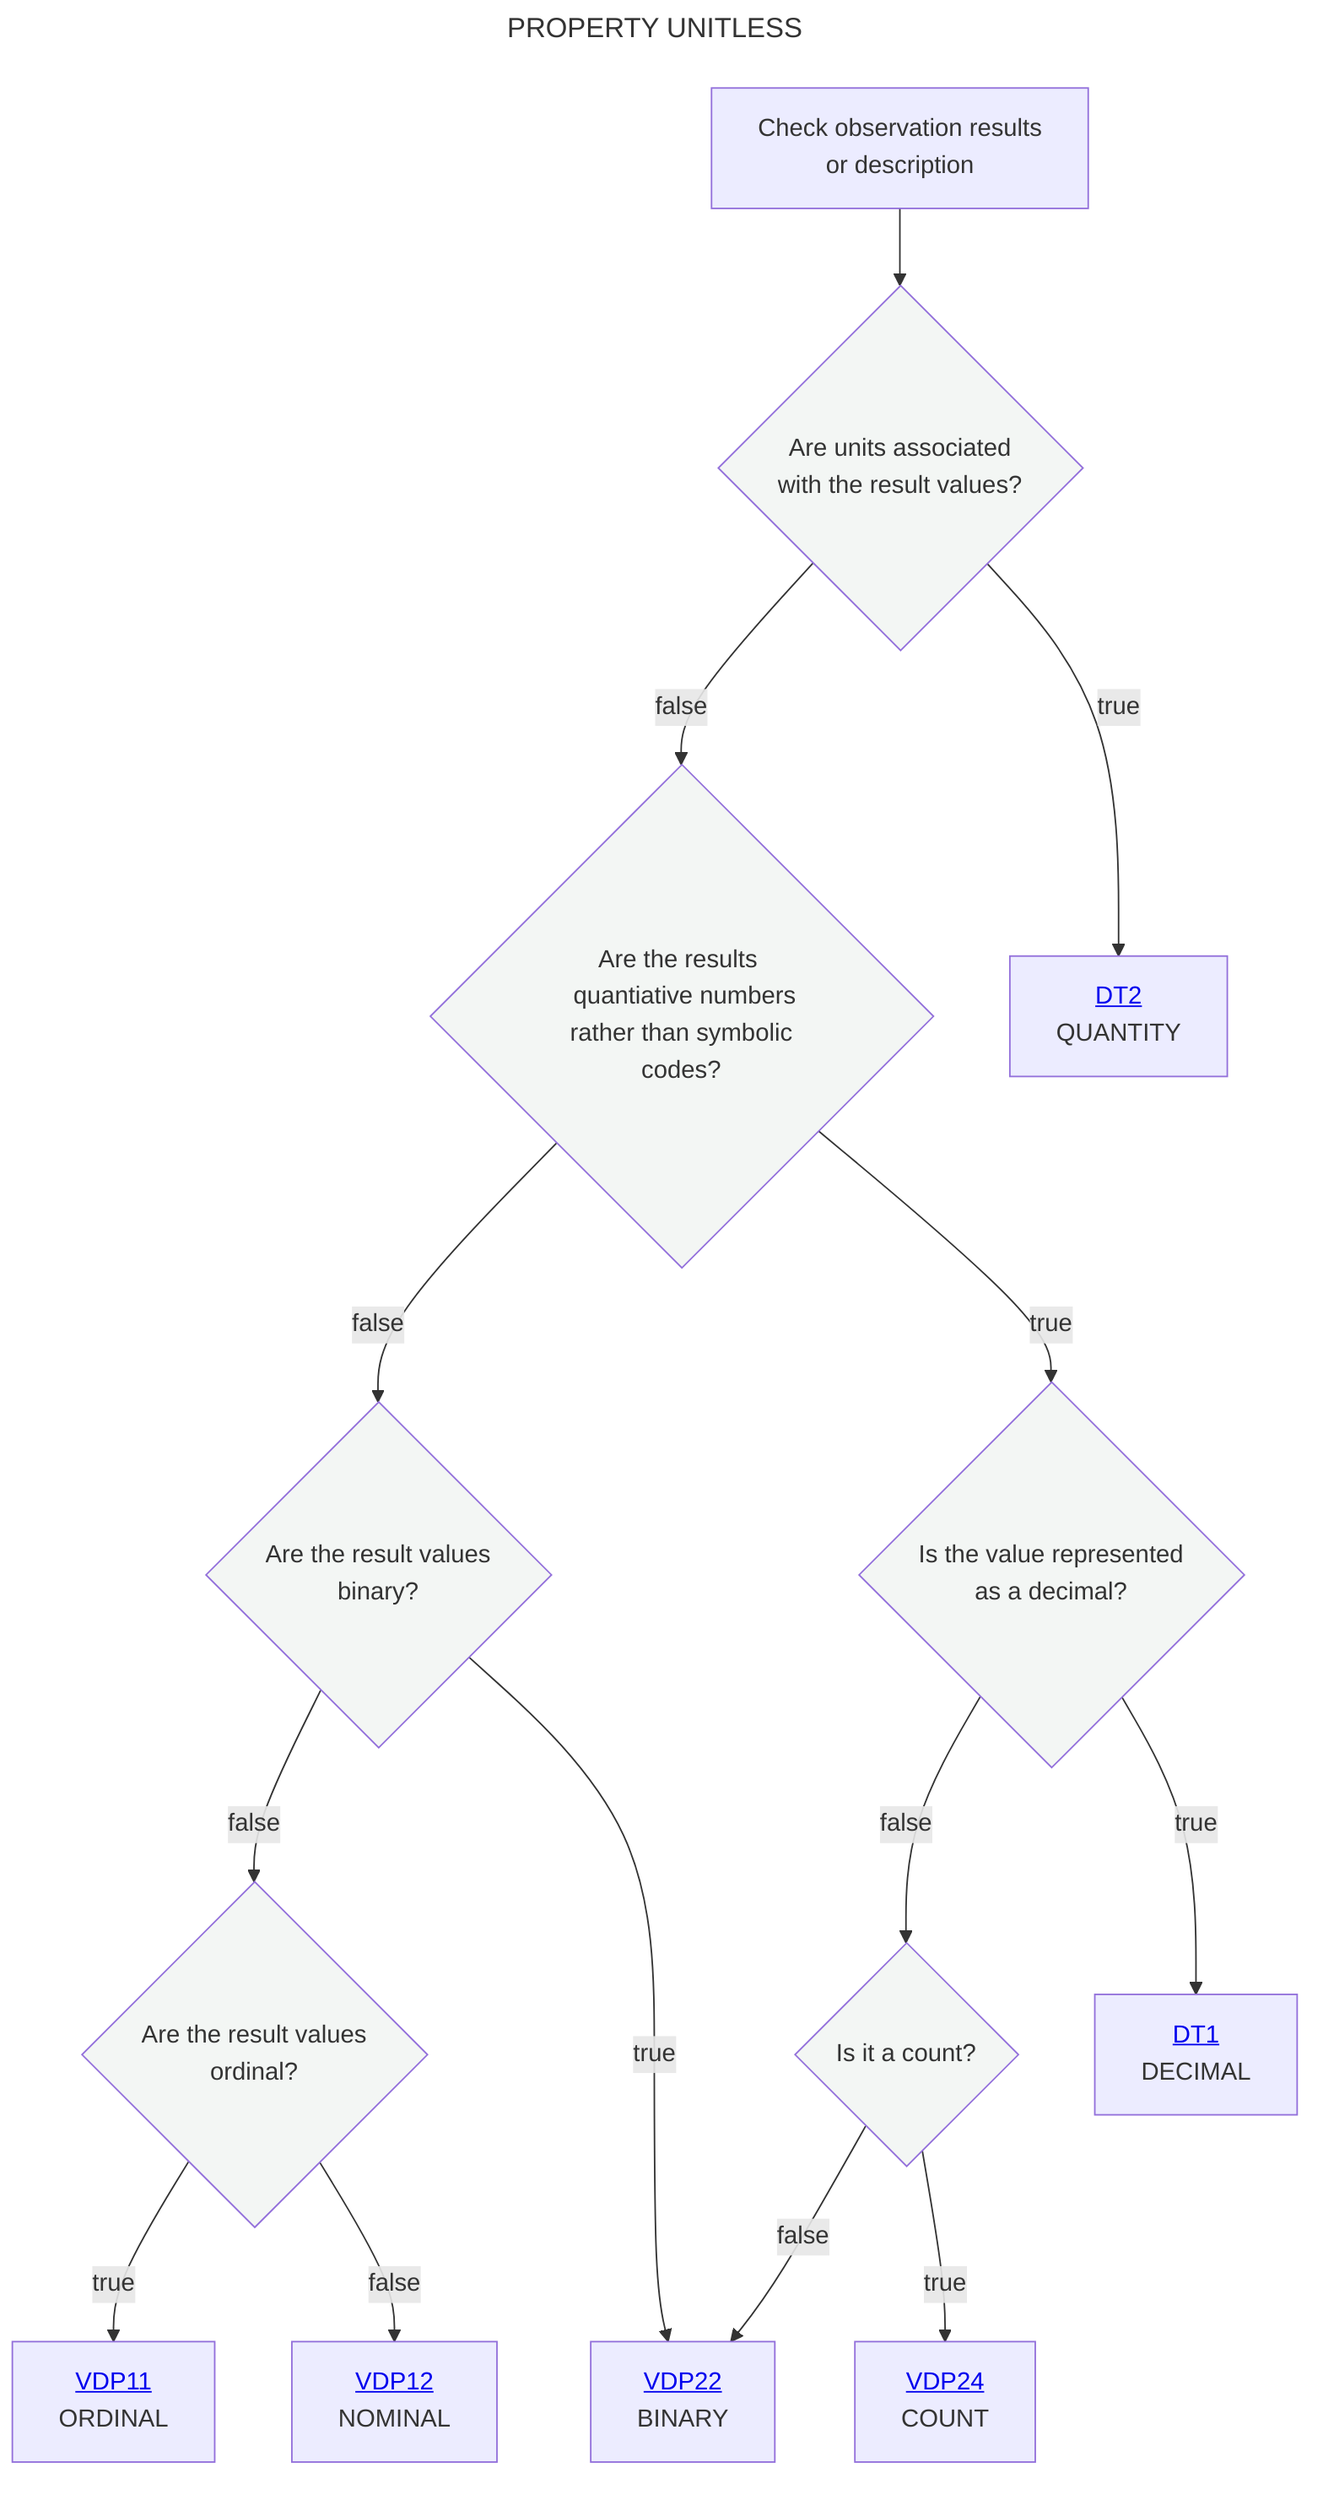
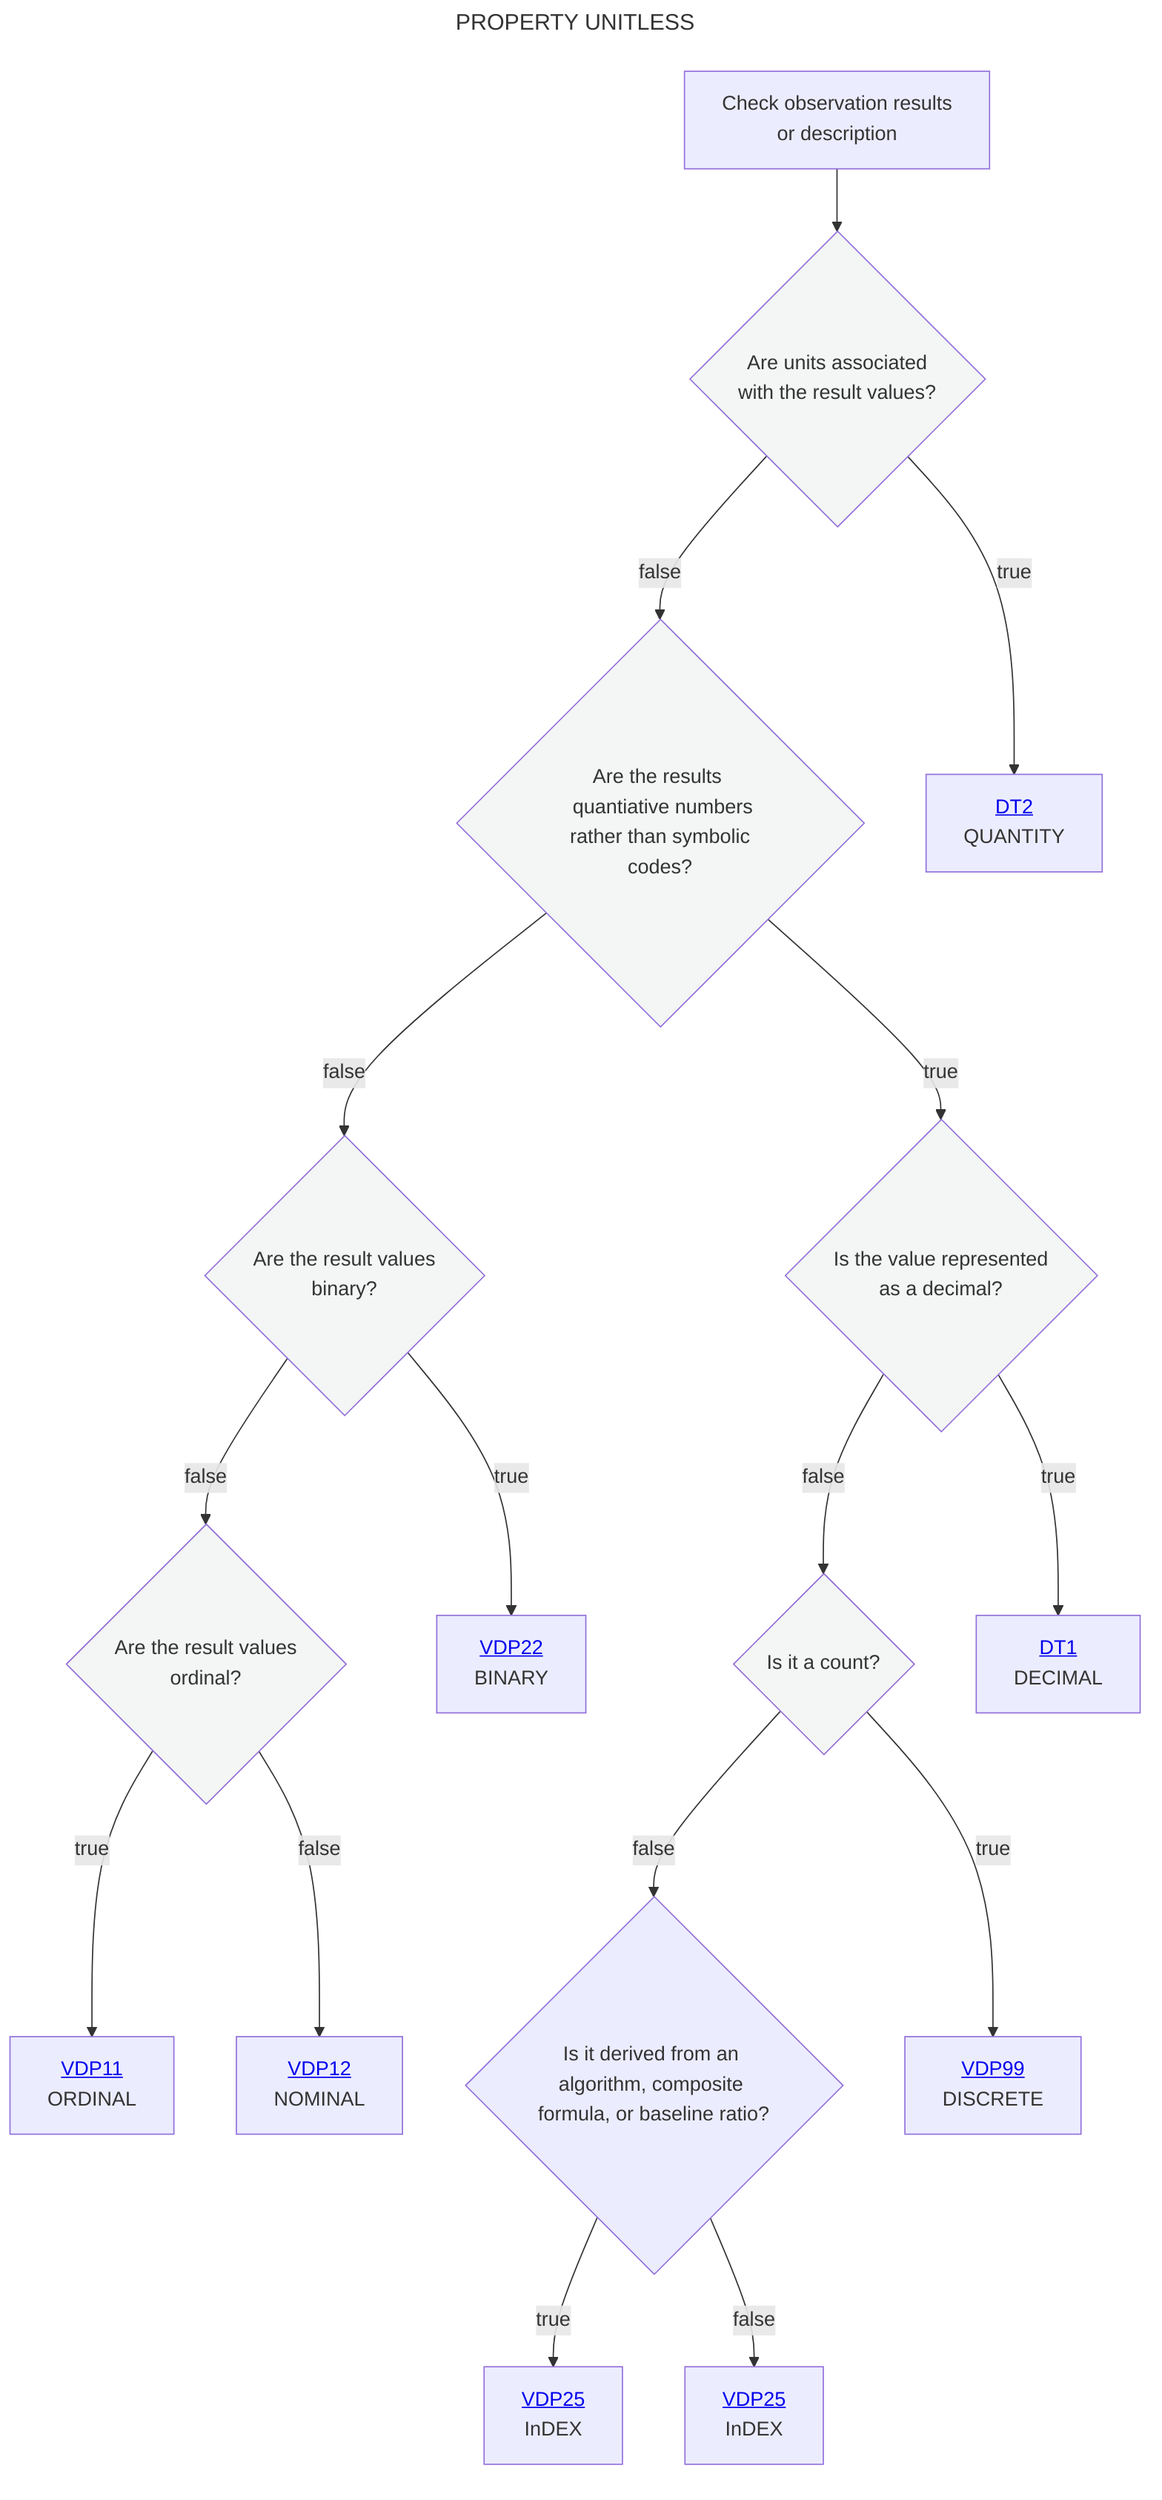
---
title: PROPERTY UNITLESS
---
flowchart TD
    A[Check observation results <br> or description] --> B{Are units associated <br> with the result values?}:::white
    B --> |false|C{Are the results <br> quantiative numbers<br> rather than symbolic codes?}:::white
    B --> |true|D[<a href='https://github.com/mabablue/I-ADOPT-patterns-playground/blob/main/Decisition_trees/DT2.mmd'>DT2</a><br> QUANTITY]
    C --> |false|E{Are the result values <br> binary?}:::white
    C --> |true|G{Is the value represented <br> as a decimal?}:::white
    E --> |false|I{Are the result values <br> ordinal?}:::white
    G --> |false|H{Is it a count?}:::white
-     H--> |false|F
-     H --> |true|M[<a href='https://github.com/mabablue/I-ADOPT-patterns-playground/blob/main/pattern/VDP24.yaml'>VDP24</a><br> COUNT]
+     H--> |false|N{Is it derived from an algorithm, composite formula, or baseline ratio?}
+     N --> |true|O[<a href='https://github.com/mabablue/I-ADOPT-patterns-playground/blob/main/pattern/VDP24.yaml'>VDP25</a><br> InDEX]
+     N --> |false|P[<a href='https://github.com/mabablue/I-ADOPT-patterns-playground/blob/main/pattern/VDP24.yaml'>VDP25</a><br> InDEX]
+     H --> |true|M[<a href='https://github.com/mabablue/I-ADOPT-patterns-playground/blob/main/pattern/VDP24.yaml'>VDP99</a><br> DISCRETE]
    I --> |true|J[<a href='https://github.com/mabablue/I-ADOPT-patterns-playground/blob/main/pattern/VDP11.yaml'>VDP11</a><br> ORDINAL]
    I --> |false|K[<a href='https://github.com/mabablue/I-ADOPT-patterns-playground/blob/main/pattern/VDP12.yaml'>VDP12</a><br> NOMINAL]
    E --> |true|F[<a href='https://github.com/mabablue/I-ADOPT-patterns-playground/blob/main/pattern/VDP22.yaml'>VDP22</a><br> BINARY]
    G --> |true|L[<a href='https://github.com/mabablue/I-ADOPT-patterns-playground/blob/main/Decisition_trees/DT1.mmd'>DT1</a><br> DECIMAL]
   classDef blue fill:#90D5FF
   classDef satblue fill:#57B9FF
   classDef white fill:#f3f6f4
   classDef green fill:#6aa84f
